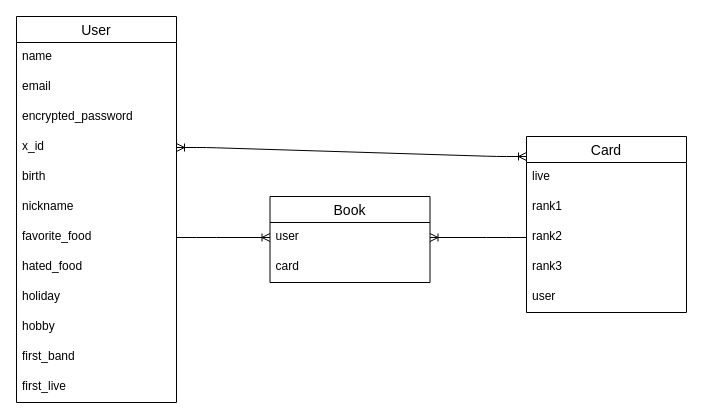
Earlier version of the draw.io diagram live_profile.dio (ohkuma90/live_profile). Source tidied: cells renumbered, new cells numbered last; positions are measured from the earlier drawing's top-left corner, leaving out a move shared by most shapes. Both pictures are drawn from the tidied source at 100%, with x=0, y=0 at pixel (16, 16).
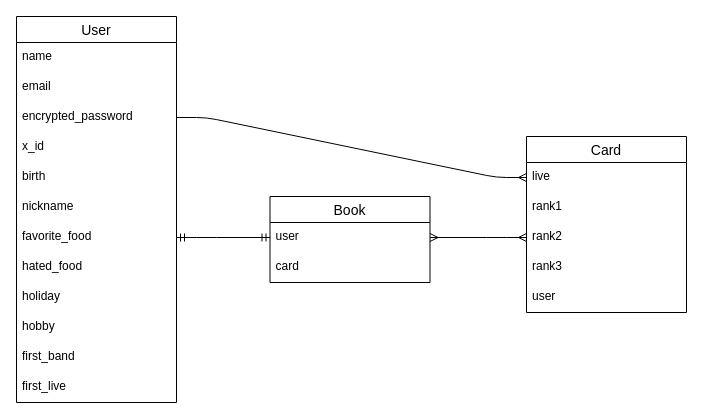
After the change.

Commit message (it also covers changes not shown here):
DB設計の修正

The change refers to these unchanged cells:
```xml
<mxCell id="5" value="encrypted_password" style="text;strokeColor=none;fillColor=none;spacingLeft=4;spacingRight=4;overflow=hidden;points=[[0,0.5],[1,0.5]];portConstraint=eastwest;fontSize=12;" parent="2" vertex="1">
  <mxGeometry y="86" width="160" height="30" as="geometry" />
</mxCell>
<mxCell id="6" value="x_id" style="text;strokeColor=none;fillColor=none;spacingLeft=4;spacingRight=4;overflow=hidden;points=[[0,0.5],[1,0.5]];portConstraint=eastwest;fontSize=12;" parent="2" vertex="1">
  <mxGeometry y="116" width="160" height="30" as="geometry" />
</mxCell>
<mxCell id="9" value="favorite_food" style="text;strokeColor=none;fillColor=none;spacingLeft=4;spacingRight=4;overflow=hidden;points=[[0,0.5],[1,0.5]];portConstraint=eastwest;fontSize=12;" parent="2" vertex="1">
  <mxGeometry y="206" width="160" height="30" as="geometry" />
</mxCell>
<mxCell id="16" value="live" style="text;strokeColor=none;fillColor=none;spacingLeft=4;spacingRight=4;overflow=hidden;points=[[0,0.5],[1,0.5]];portConstraint=eastwest;fontSize=12;" parent="15" vertex="1">
  <mxGeometry y="26" width="160" height="30" as="geometry" />
</mxCell>
<mxCell id="18" value="rank2" style="text;strokeColor=none;fillColor=none;spacingLeft=4;spacingRight=4;overflow=hidden;points=[[0,0.5],[1,0.5]];portConstraint=eastwest;fontSize=12;" parent="15" vertex="1">
  <mxGeometry y="86" width="160" height="30" as="geometry" />
</mxCell>
<mxCell id="22" value="user" style="text;strokeColor=none;fillColor=none;spacingLeft=4;spacingRight=4;overflow=hidden;points=[[0,0.5],[1,0.5]];portConstraint=eastwest;fontSize=12;" parent="21" vertex="1">
  <mxGeometry y="26" width="160" height="30" as="geometry" />
</mxCell>
```

What changed in the source:
```diff
@@
+    <mxCell id="27" style="edgeStyle=entityRelationEdgeStyle;fontSize=12;html=1;endArrow=ERmany;exitX=1;exitY=0.5;exitDx=0;exitDy=0;entryX=0;entryY=0.5;entryDx=0;entryDy=0;" parent="1" edge="1" source="5" target="16">
+      <mxGeometry relative="1" as="geometry" />
+    </mxCell>
-    <mxCell id="24" style="edgeStyle=entityRelationEdgeStyle;fontSize=12;html=1;endArrow=ERoneToMany;exitX=1;exitY=0.5;exitDx=0;exitDy=0;entryX=0;entryY=0.5;entryDx=0;entryDy=0;" parent="1" edge="1" source="9" target="22">
+    <mxCell id="24" style="edgeStyle=entityRelationEdgeStyle;fontSize=12;html=1;endArrow=ERmandOne;startArrow=ERmandOne;entryX=0;entryY=0.5;entryDx=0;entryDy=0;" parent="1" edge="1" source="9" target="22">
       <mxGeometry relative="1" as="geometry" />
     </mxCell>
-    <mxCell id="25" style="edgeStyle=entityRelationEdgeStyle;fontSize=12;html=1;endArrow=ERoneToMany;exitX=0;exitY=0.5;exitDx=0;exitDy=0;entryX=1;entryY=0.5;entryDx=0;entryDy=0;" parent="1" edge="1" source="18" target="22">
-      <mxGeometry relative="1" as="geometry" />
-    </mxCell>
-    <mxCell id="26" style="edgeStyle=entityRelationEdgeStyle;fontSize=12;html=1;endArrow=ERoneToMany;startArrow=ERoneToMany;exitX=1;exitY=0.5;exitDx=0;exitDy=0;" parent="1" edge="1" source="6">
-      <mxGeometry relative="1" as="geometry">
-        <mxPoint x="510" y="140" as="targetPoint" />
-      </mxGeometry>
-    </mxCell>
+    <mxCell id="28" style="edgeStyle=entityRelationEdgeStyle;fontSize=12;html=1;endArrow=ERmany;startArrow=ERmany;exitX=1;exitY=0.5;exitDx=0;exitDy=0;entryX=0;entryY=0.5;entryDx=0;entryDy=0;" parent="1" edge="1" source="22" target="18">
+      <mxGeometry relative="1" as="geometry" />
+    </mxCell>
```
